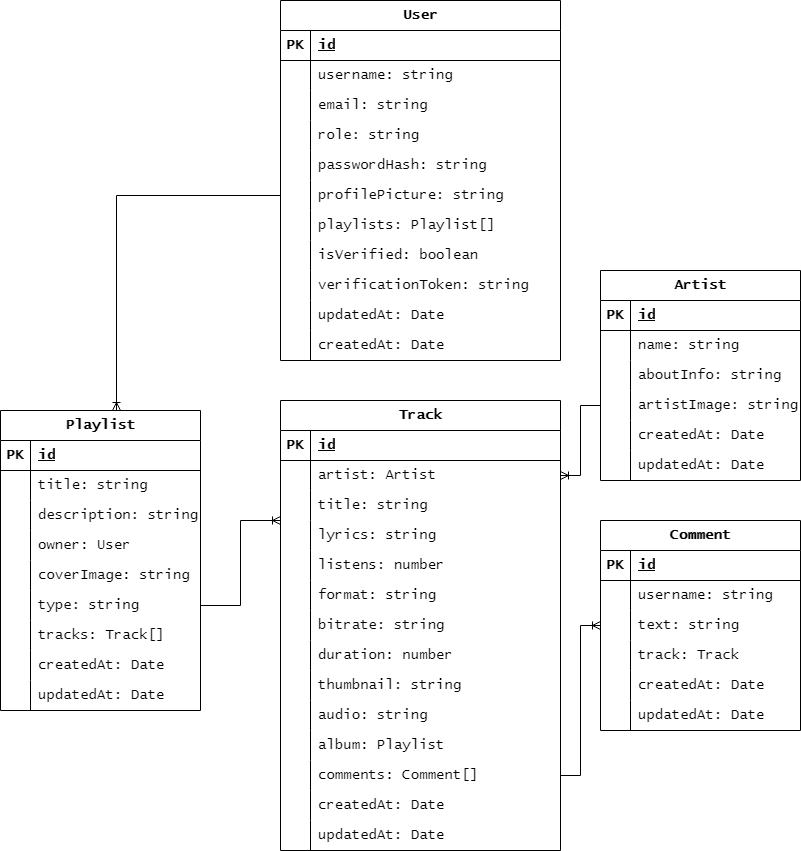
Earlier version of the draw.io export Scheme-music-platform.drawio.png (Makudzyn/music-platform). Source tidied: cells renumbered, new cells last; positions are measured from the earlier drawing's top-left corner, leaving out a move shared by most shapes.
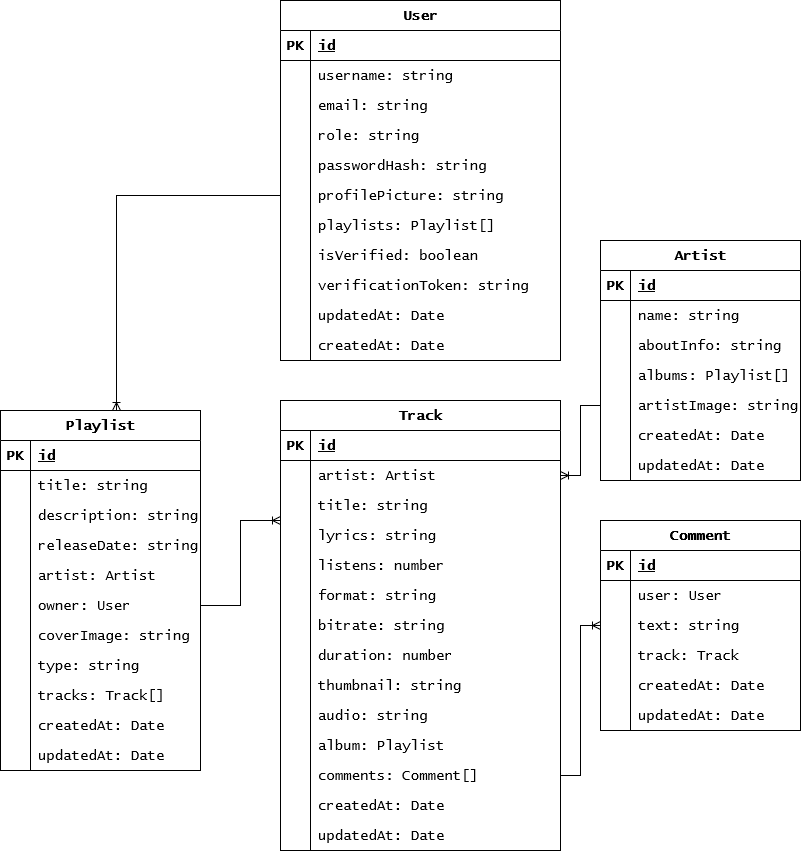
The same file after the commit.

Diff of the diagram source:
```diff
@@ -149,7 +149,7 @@
     <mxCell id="50" style="shape=partialRectangle;fillColor=none;top=0;left=0;bottom=0;right=0;overflow=hidden;whiteSpace=wrap;html=1;fontSize=14;fontFamily=Lucida Console;" parent="49" vertex="1">
       <mxGeometry width="30" height="30" as="geometry" />
     </mxCell>
-    <mxCell id="51" value="username: string" style="shape=partialRectangle;fillColor=none;top=0;left=0;bottom=0;right=0;align=left;spacingLeft=6;overflow=hidden;whiteSpace=wrap;html=1;fontSize=14;fontFamily=Lucida Console;" parent="49" vertex="1">
+    <mxCell id="51" value="user: User" style="shape=partialRectangle;fillColor=none;top=0;left=0;bottom=0;right=0;align=left;spacingLeft=6;overflow=hidden;whiteSpace=wrap;html=1;fontSize=14;fontFamily=Lucida Console;" parent="49" vertex="1">
       <mxGeometry x="30" width="170" height="30" as="geometry" />
     </mxCell>
     <mxCell id="52" style="shape=tableRow;horizontal=0;startSize=0;swimlaneHead=0;swimlaneBody=0;fillColor=none;top=0;left=0;right=0;bottom=0;fontSize=14;fontFamily=Lucida Console;" parent="45" vertex="1">
@@ -197,7 +197,7 @@
       </mxGeometry>
     </mxCell>
     <mxCell id="65" value="Playlist" style="shape=table;startSize=30;rowLines=0;fontStyle=1;align=center;html=1;fontSize=14;fontFamily=Lucida Console;" parent="1" vertex="1">
-      <mxGeometry y="410" width="200" height="300" as="geometry" />
+      <mxGeometry y="410" width="200" height="360" as="geometry" />
     </mxCell>
     <mxCell id="66" style="shape=tableRow;horizontal=0;startSize=0;swimlaneHead=0;swimlaneBody=0;fillColor=none;top=0;left=0;right=0;bottom=1;fontSize=14;fontFamily=Lucida Console;" parent="65" vertex="1">
       <mxGeometry y="30" width="200" height="30" as="geometry" />
@@ -226,8 +226,26 @@
     <mxCell id="74" value="description: string" style="shape=partialRectangle;fillColor=none;top=0;left=0;bottom=0;right=0;align=left;spacingLeft=6;overflow=hidden;whiteSpace=wrap;html=1;fontSize=14;fontFamily=Lucida Console;" parent="72" vertex="1">
       <mxGeometry x="30" width="170" height="30" as="geometry" />
     </mxCell>
+    <mxCell id="149" style="shape=tableRow;horizontal=0;startSize=0;swimlaneHead=0;swimlaneBody=0;fillColor=none;top=0;left=0;right=0;bottom=0;fontSize=14;fontFamily=Lucida Console;" parent="65" vertex="1">
+      <mxGeometry y="120" width="200" height="30" as="geometry" />
+    </mxCell>
+    <mxCell id="150" style="shape=partialRectangle;fillColor=none;top=0;left=0;bottom=0;right=0;overflow=hidden;whiteSpace=wrap;html=1;fontSize=14;fontFamily=Lucida Console;" parent="149" vertex="1">
+      <mxGeometry width="30" height="30" as="geometry" />
+    </mxCell>
+    <mxCell id="151" value="releaseDate: string" style="shape=partialRectangle;fillColor=none;top=0;left=0;bottom=0;right=0;align=left;spacingLeft=6;overflow=hidden;whiteSpace=wrap;html=1;fontSize=14;fontFamily=Lucida Console;" parent="149" vertex="1">
+      <mxGeometry x="30" width="170" height="30" as="geometry" />
+    </mxCell>
+    <mxCell id="152" style="shape=tableRow;horizontal=0;startSize=0;swimlaneHead=0;swimlaneBody=0;fillColor=none;top=0;left=0;right=0;bottom=0;fontSize=14;fontFamily=Lucida Console;" parent="65" vertex="1">
+      <mxGeometry y="150" width="200" height="30" as="geometry" />
+    </mxCell>
+    <mxCell id="153" style="shape=partialRectangle;fillColor=none;top=0;left=0;bottom=0;right=0;overflow=hidden;whiteSpace=wrap;html=1;fontSize=14;fontFamily=Lucida Console;" parent="152" vertex="1">
+      <mxGeometry width="30" height="30" as="geometry" />
+    </mxCell>
+    <mxCell id="154" value="artist: Artist" style="shape=partialRectangle;fillColor=none;top=0;left=0;bottom=0;right=0;align=left;spacingLeft=6;overflow=hidden;whiteSpace=wrap;html=1;fontSize=14;fontFamily=Lucida Console;" parent="152" vertex="1">
+      <mxGeometry x="30" width="170" height="30" as="geometry" />
+    </mxCell>
     <mxCell id="75" style="shape=tableRow;horizontal=0;startSize=0;swimlaneHead=0;swimlaneBody=0;fillColor=none;top=0;left=0;right=0;bottom=0;fontSize=14;fontFamily=Lucida Console;" parent="65" vertex="1">
-      <mxGeometry y="120" width="200" height="30" as="geometry" />
+      <mxGeometry y="180" width="200" height="30" as="geometry" />
     </mxCell>
     <mxCell id="76" style="shape=partialRectangle;fillColor=none;top=0;left=0;bottom=0;right=0;overflow=hidden;whiteSpace=wrap;html=1;fontSize=14;fontFamily=Lucida Console;" parent="75" vertex="1">
       <mxGeometry width="30" height="30" as="geometry" />
@@ -236,7 +254,7 @@
       <mxGeometry x="30" width="170" height="30" as="geometry" />
     </mxCell>
     <mxCell id="78" style="shape=tableRow;horizontal=0;startSize=0;swimlaneHead=0;swimlaneBody=0;fillColor=none;top=0;left=0;right=0;bottom=0;fontSize=14;fontFamily=Lucida Console;" parent="65" vertex="1">
-      <mxGeometry y="150" width="200" height="30" as="geometry" />
+      <mxGeometry y="210" width="200" height="30" as="geometry" />
     </mxCell>
     <mxCell id="79" style="shape=partialRectangle;fillColor=none;top=0;left=0;bottom=0;right=0;overflow=hidden;whiteSpace=wrap;html=1;fontSize=14;fontFamily=Lucida Console;" parent="78" vertex="1">
       <mxGeometry width="30" height="30" as="geometry" />
@@ -245,7 +263,7 @@
       <mxGeometry x="30" width="170" height="30" as="geometry" />
     </mxCell>
     <mxCell id="81" style="shape=tableRow;horizontal=0;startSize=0;swimlaneHead=0;swimlaneBody=0;fillColor=none;top=0;left=0;right=0;bottom=0;fontSize=14;fontFamily=Lucida Console;" parent="65" vertex="1">
-      <mxGeometry y="180" width="200" height="30" as="geometry" />
+      <mxGeometry y="240" width="200" height="30" as="geometry" />
     </mxCell>
     <mxCell id="82" style="shape=partialRectangle;fillColor=none;top=0;left=0;bottom=0;right=0;overflow=hidden;whiteSpace=wrap;html=1;fontSize=14;fontFamily=Lucida Console;" parent="81" vertex="1">
       <mxGeometry width="30" height="30" as="geometry" />
@@ -254,7 +272,7 @@
       <mxGeometry x="30" width="170" height="30" as="geometry" />
     </mxCell>
     <mxCell id="84" style="shape=tableRow;horizontal=0;startSize=0;swimlaneHead=0;swimlaneBody=0;fillColor=none;points=[[0,0.5],[1,0.5]];portConstraint=eastwest;top=0;left=0;right=0;bottom=0;fontSize=14;fontFamily=Lucida Console;" parent="65" vertex="1">
-      <mxGeometry y="210" width="200" height="30" as="geometry" />
+      <mxGeometry y="270" width="200" height="30" as="geometry" />
     </mxCell>
     <mxCell id="85" style="shape=partialRectangle;fillColor=none;top=0;left=0;bottom=0;right=0;overflow=hidden;whiteSpace=wrap;html=1;fontSize=14;fontFamily=Lucida Console;fontStyle=1;" parent="84" vertex="1">
       <mxGeometry width="30" height="30" as="geometry" />
@@ -263,7 +281,7 @@
       <mxGeometry x="30" width="170" height="30" as="geometry" />
     </mxCell>
     <mxCell id="87" style="shape=tableRow;horizontal=0;startSize=0;swimlaneHead=0;swimlaneBody=0;fillColor=none;top=0;left=0;right=0;bottom=0;fontSize=14;fontFamily=Lucida Console;" parent="65" vertex="1">
-      <mxGeometry y="240" width="200" height="30" as="geometry" />
+      <mxGeometry y="300" width="200" height="30" as="geometry" />
     </mxCell>
     <mxCell id="88" style="shape=partialRectangle;fillColor=none;top=0;left=0;bottom=0;right=0;overflow=hidden;whiteSpace=wrap;html=1;fontSize=14;fontFamily=Lucida Console;fontStyle=1;" parent="87" vertex="1">
       <mxGeometry width="30" height="30" as="geometry" />
@@ -272,7 +290,7 @@
       <mxGeometry x="30" width="170" height="30" as="geometry" />
     </mxCell>
     <mxCell id="90" style="shape=tableRow;horizontal=0;startSize=0;swimlaneHead=0;swimlaneBody=0;fillColor=none;top=0;left=0;right=0;bottom=0;fontSize=14;fontFamily=Lucida Console;" parent="65" vertex="1">
-      <mxGeometry y="270" width="200" height="30" as="geometry" />
+      <mxGeometry y="330" width="200" height="30" as="geometry" />
     </mxCell>
     <mxCell id="91" style="shape=partialRectangle;fillColor=none;top=0;left=0;bottom=0;right=0;overflow=hidden;whiteSpace=wrap;html=1;fontSize=14;fontFamily=Lucida Console;fontStyle=1;" parent="90" vertex="1">
       <mxGeometry width="30" height="30" as="geometry" />
@@ -398,7 +416,7 @@
       </mxGeometry>
     </mxCell>
     <mxCell id="129" value="Artist" style="shape=table;startSize=30;rowLines=0;fontStyle=1;align=center;html=1;fontSize=14;fontFamily=Lucida Console;" parent="1" vertex="1">
-      <mxGeometry x="600" y="270" width="200" height="210" as="geometry" />
+      <mxGeometry x="600" y="240" width="200" height="240" as="geometry" />
     </mxCell>
     <mxCell id="130" style="shape=tableRow;horizontal=0;startSize=0;swimlaneHead=0;swimlaneBody=0;fillColor=none;top=0;left=0;right=0;bottom=1;fontSize=14;fontFamily=Lucida Console;" parent="129" vertex="1">
       <mxGeometry y="30" width="200" height="30" as="geometry" />
@@ -427,8 +445,17 @@
     <mxCell id="138" value="aboutInfo: string" style="shape=partialRectangle;fillColor=none;top=0;left=0;bottom=0;right=0;align=left;spacingLeft=6;overflow=hidden;whiteSpace=wrap;html=1;fontSize=14;fontFamily=Lucida Console;" parent="136" vertex="1">
       <mxGeometry x="30" width="170" height="30" as="geometry" />
     </mxCell>
+    <mxCell id="155" style="shape=tableRow;horizontal=0;startSize=0;swimlaneHead=0;swimlaneBody=0;fillColor=none;top=0;left=0;right=0;bottom=0;fontSize=14;fontFamily=Lucida Console;" parent="129" vertex="1">
+      <mxGeometry y="120" width="200" height="30" as="geometry" />
+    </mxCell>
+    <mxCell id="156" style="shape=partialRectangle;fillColor=none;top=0;left=0;bottom=0;right=0;overflow=hidden;whiteSpace=wrap;html=1;fontSize=14;fontFamily=Lucida Console;fontStyle=1;" parent="155" vertex="1">
+      <mxGeometry width="30" height="30" as="geometry" />
+    </mxCell>
+    <mxCell id="157" value="albums: Playlist[]" style="shape=partialRectangle;fillColor=none;top=0;left=0;bottom=0;right=0;align=left;spacingLeft=6;overflow=hidden;whiteSpace=wrap;html=1;fontSize=14;fontFamily=Lucida Console;" parent="155" vertex="1">
+      <mxGeometry x="30" width="170" height="30" as="geometry" />
+    </mxCell>
     <mxCell id="139" style="shape=tableRow;horizontal=0;startSize=0;swimlaneHead=0;swimlaneBody=0;fillColor=none;points=[[0,0.5],[1,0.5]];portConstraint=eastwest;top=0;left=0;right=0;bottom=0;fontSize=14;fontFamily=Lucida Console;" parent="129" vertex="1">
-      <mxGeometry y="120" width="200" height="30" as="geometry" />
+      <mxGeometry y="150" width="200" height="30" as="geometry" />
     </mxCell>
     <mxCell id="140" style="shape=partialRectangle;fillColor=none;top=0;left=0;bottom=0;right=0;overflow=hidden;whiteSpace=wrap;html=1;fontSize=14;fontFamily=Lucida Console;fontStyle=1;" parent="139" vertex="1">
       <mxGeometry width="30" height="30" as="geometry" />
@@ -437,7 +464,7 @@
       <mxGeometry x="30" width="170" height="30" as="geometry" />
     </mxCell>
     <mxCell id="142" style="shape=tableRow;horizontal=0;startSize=0;swimlaneHead=0;swimlaneBody=0;fillColor=none;top=0;left=0;right=0;bottom=0;fontSize=14;fontFamily=Lucida Console;" parent="129" vertex="1">
-      <mxGeometry y="150" width="200" height="30" as="geometry" />
+      <mxGeometry y="180" width="200" height="30" as="geometry" />
     </mxCell>
     <mxCell id="143" style="shape=partialRectangle;fillColor=none;top=0;left=0;bottom=0;right=0;overflow=hidden;whiteSpace=wrap;html=1;fontSize=14;fontFamily=Lucida Console;fontStyle=1;" parent="142" vertex="1">
       <mxGeometry width="30" height="30" as="geometry" />
@@ -446,7 +473,7 @@
       <mxGeometry x="30" width="170" height="30" as="geometry" />
     </mxCell>
     <mxCell id="145" style="shape=tableRow;horizontal=0;startSize=0;swimlaneHead=0;swimlaneBody=0;fillColor=none;top=0;left=0;right=0;bottom=0;fontSize=14;fontFamily=Lucida Console;" parent="129" vertex="1">
-      <mxGeometry y="180" width="200" height="30" as="geometry" />
+      <mxGeometry y="210" width="200" height="30" as="geometry" />
     </mxCell>
     <mxCell id="146" style="shape=partialRectangle;fillColor=none;top=0;left=0;bottom=0;right=0;overflow=hidden;whiteSpace=wrap;html=1;fontSize=14;fontFamily=Lucida Console;fontStyle=1;" parent="145" vertex="1">
       <mxGeometry width="30" height="30" as="geometry" />
```
